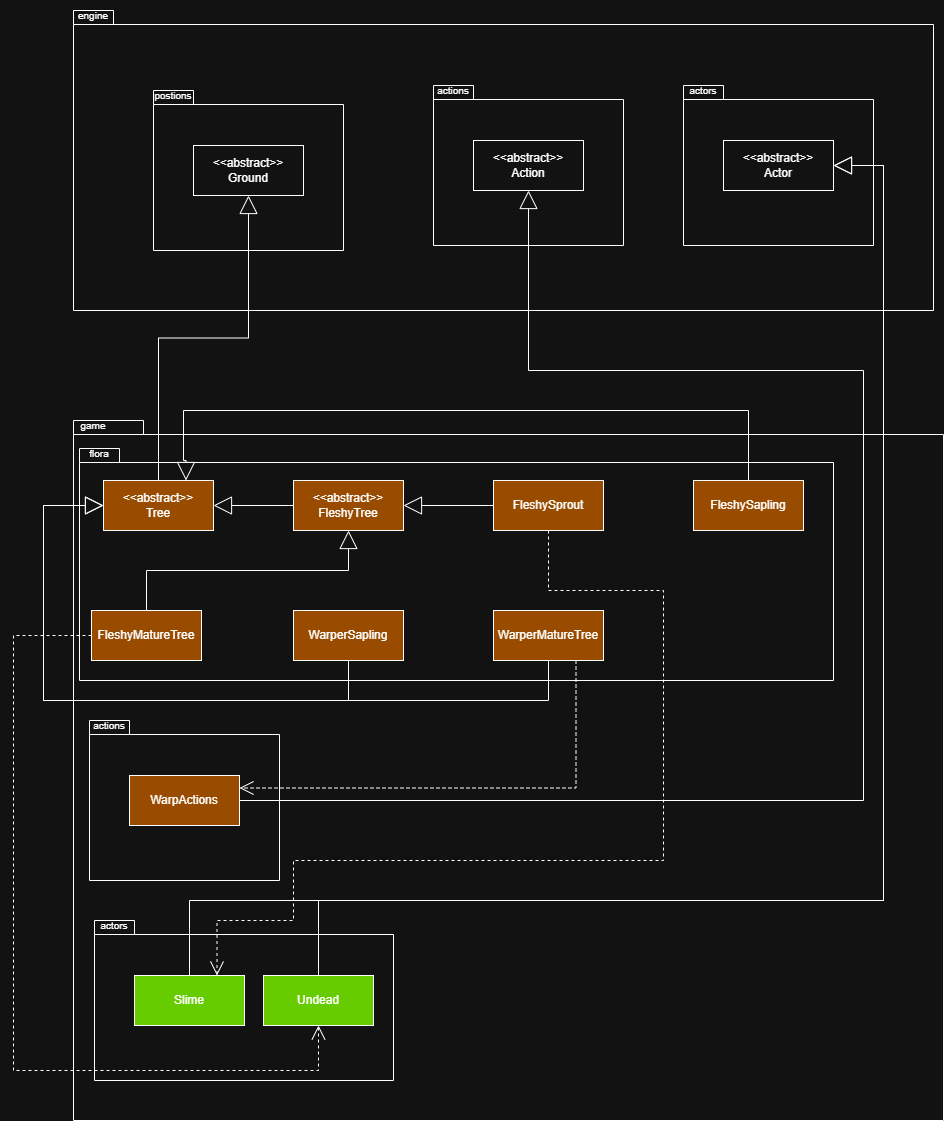
The draw.io diagram docs/design/REQ3-uml.png in ennn05/Garbage-Collector-Inc., before a commit. Source tidied: cells renumbered, new cells last; positions are measured from the earlier drawing's top-left corner, leaving out a move shared by most shapes.
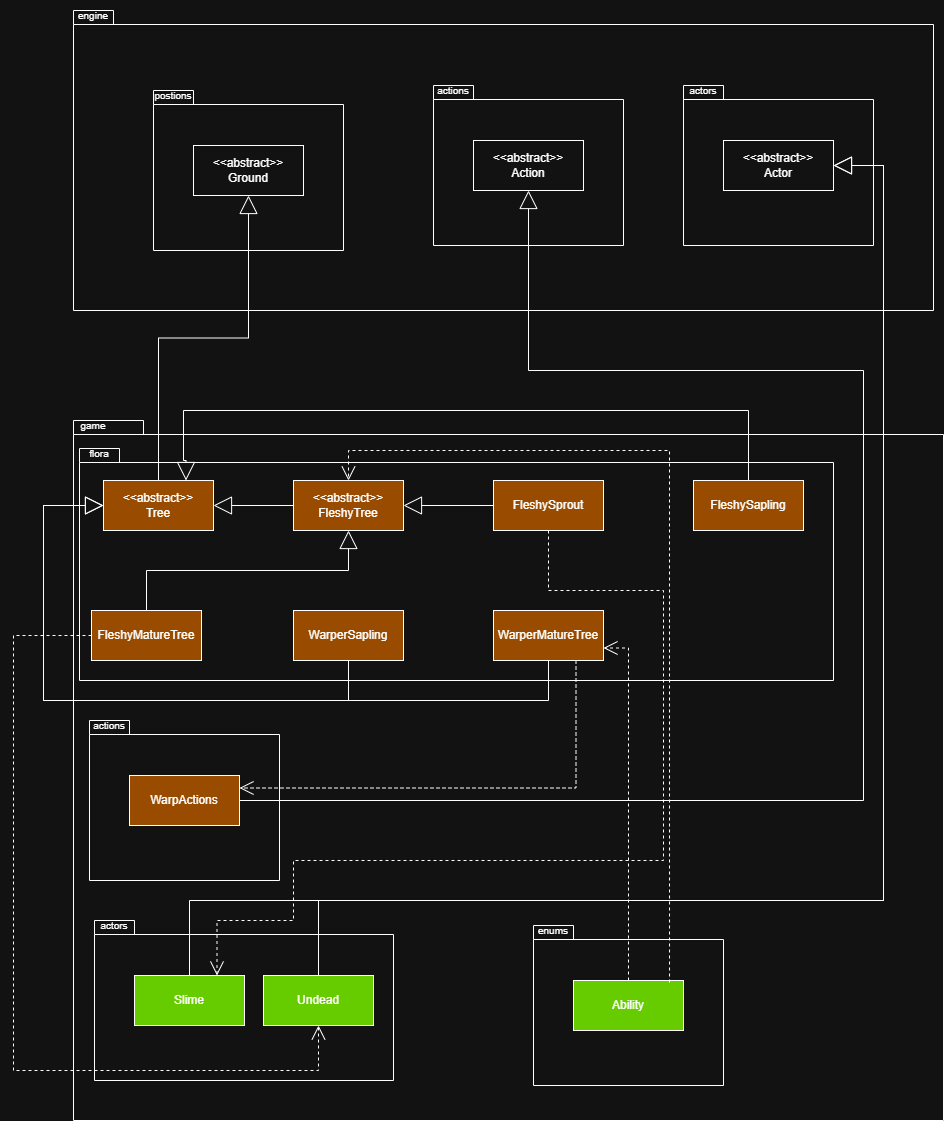
After the commit.

Commit message:
fix: req3 uml updated

Diff of the diagram source:
```diff
@@ -180,5 +180,29 @@
         </Array>
       </mxGeometry>
     </mxCell>
+    <mxCell id="44" style="shape=folder;fontStyle=1;spacingTop=10;tabWidth=40;tabHeight=14;tabPosition=left;html=1;whiteSpace=wrap;" parent="1" vertex="1">
+      <mxGeometry x="520" y="925" width="190" height="160" as="geometry" />
+    </mxCell>
+    <mxCell id="45" value="&lt;span style=&quot;font-size: 10px;&quot;&gt;enums&lt;/span&gt;" style="text;html=1;whiteSpace=wrap;strokeColor=none;fillColor=none;align=center;verticalAlign=middle;rounded=0;" parent="1" vertex="1">
+      <mxGeometry x="510" y="915" width="60" height="30" as="geometry" />
+    </mxCell>
+    <mxCell id="46" value="Ability" style="html=1;whiteSpace=wrap;fillColor=light-dark(#FFFFFF,#66CC00);" parent="1" vertex="1">
+      <mxGeometry x="560" y="980" width="110" height="50" as="geometry" />
+    </mxCell>
+    <mxCell id="47" style="endArrow=open;endSize=12;dashed=1;html=1;rounded=0;exitX=0.5;exitY=0;exitDx=0;exitDy=0;entryX=1;entryY=0.75;entryDx=0;entryDy=0;edgeStyle=orthogonalEdgeStyle;" parent="1" edge="1" source="46" target="20">
+      <mxGeometry relative="1" as="geometry">
+        <Array as="points">
+          <mxPoint x="615" y="648" />
+        </Array>
+      </mxGeometry>
+    </mxCell>
+    <mxCell id="48" style="endArrow=open;endSize=12;dashed=1;html=1;rounded=0;exitX=0.873;exitY=0.04;exitDx=0;exitDy=0;exitPerimeter=0;entryX=0.5;entryY=0;entryDx=0;entryDy=0;edgeStyle=orthogonalEdgeStyle;" parent="1" edge="1" source="46" target="15">
+      <mxGeometry relative="1" as="geometry">
+        <Array as="points">
+          <mxPoint x="656" y="450" />
+          <mxPoint x="335" y="450" />
+        </Array>
+      </mxGeometry>
+    </mxCell>
   </root>
 </mxGraphModel>
```
